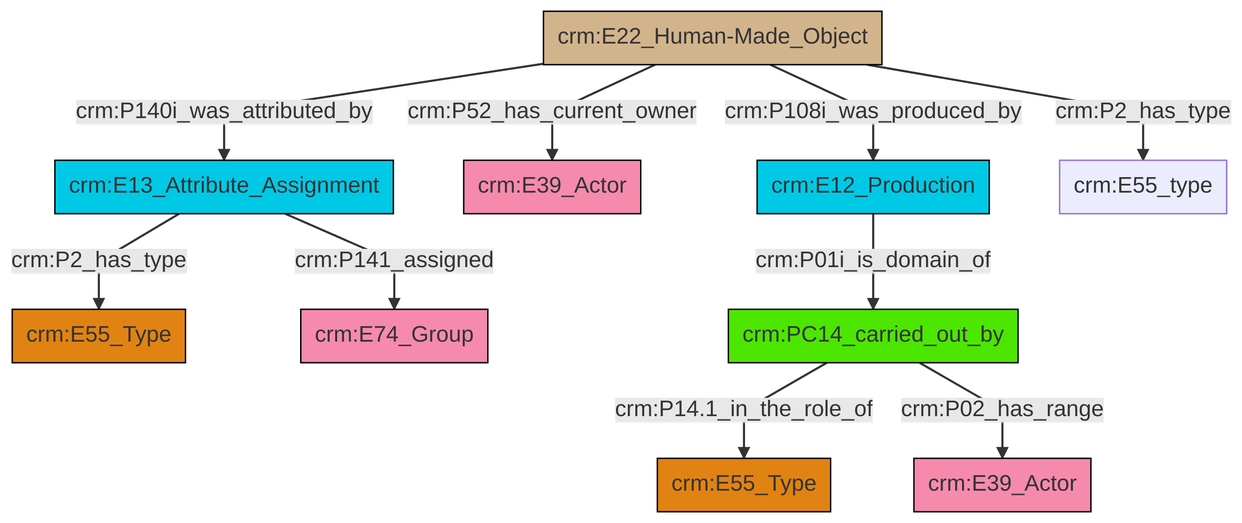
swiss-art-research-net/docs.swissartresearch keeps this Mermaid diagram as et/builtWorkCSV/ttl/mmd/png/Built_Work_actor_relations.png. Above is the earlier version. Its source is kept beside it as et/builtWorkCSV/ttl/mmd/Built_Work_actor_relations.ttl.mmd.
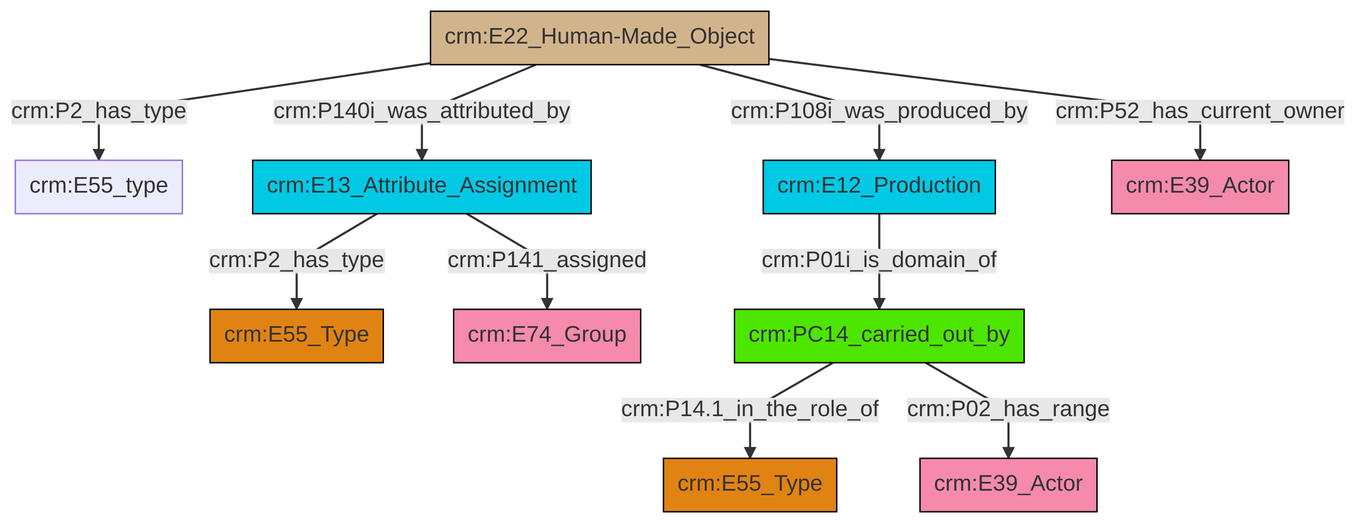
After the change.

Diff of the diagram source:
```diff
@@ -13,12 +13,12 @@
 classDef PC_Classes fill:#4ce600, stroke:#000000;
 classDef Multi fill:#cccccc,stroke:#000000;
 
-2["crm:E13_Attribute_Assignment"]:::Temporal_Entity -->|crm:P141_assigned| 3["crm:E74_Group"]:::Actor
-11["crm:E22_Human-Made_Object"]:::Physical_Thing -->|crm:P52_has_current_owner| 7["crm:E39_Actor"]:::Actor
-11["crm:E22_Human-Made_Object"]:::Physical_Thing -->|crm:P108i_was_produced_by| 13["crm:E12_Production"]:::Temporal_Entity
-13["crm:E12_Production"]:::Temporal_Entity -->|crm:P01i_is_domain_of| 9["crm:PC14_carried_out_by"]:::PC_Classes
-9["crm:PC14_carried_out_by"]:::PC_Classes -->|crm:P14.1_in_the_role_of| 5["crm:E55_Type"]:::Type
-2["crm:E13_Attribute_Assignment"]:::Temporal_Entity -->|crm:P2_has_type| 0["crm:E55_Type"]:::Type
-11["crm:E22_Human-Made_Object"]:::Physical_Thing -->|crm:P140i_was_attributed_by| 2["crm:E13_Attribute_Assignment"]:::Temporal_Entity
-9["crm:PC14_carried_out_by"]:::PC_Classes -->|crm:P02_has_range| 15["crm:E39_Actor"]:::Actor
-11["crm:E22_Human-Made_Object"]:::Physical_Thing -->|crm:P2_has_type| 18["crm:E55_type"]:::Default
+0["crm:E13_Attribute_Assignment"]:::Temporal_Entity -->|crm:P2_has_type| 2["crm:E55_Type"]:::Type
+3["crm:PC14_carried_out_by"]:::PC_Classes -->|crm:P14.1_in_the_role_of| 4["crm:E55_Type"]:::Type
+5["crm:E12_Production"]:::Temporal_Entity -->|crm:P01i_is_domain_of| 3["crm:PC14_carried_out_by"]:::PC_Classes
+0["crm:E13_Attribute_Assignment"]:::Temporal_Entity -->|crm:P141_assigned| 10["crm:E74_Group"]:::Actor
+13["crm:E22_Human-Made_Object"]:::Physical_Thing -->|crm:P2_has_type| 14["crm:E55_type"]:::Default
+3["crm:PC14_carried_out_by"]:::PC_Classes -->|crm:P02_has_range| 8["crm:E39_Actor"]:::Actor
+13["crm:E22_Human-Made_Object"]:::Physical_Thing -->|crm:P140i_was_attributed_by| 0["crm:E13_Attribute_Assignment"]:::Temporal_Entity
+13["crm:E22_Human-Made_Object"]:::Physical_Thing -->|crm:P108i_was_produced_by| 5["crm:E12_Production"]:::Temporal_Entity
+13["crm:E22_Human-Made_Object"]:::Physical_Thing -->|crm:P52_has_current_owner| 6["crm:E39_Actor"]:::Actor
```
